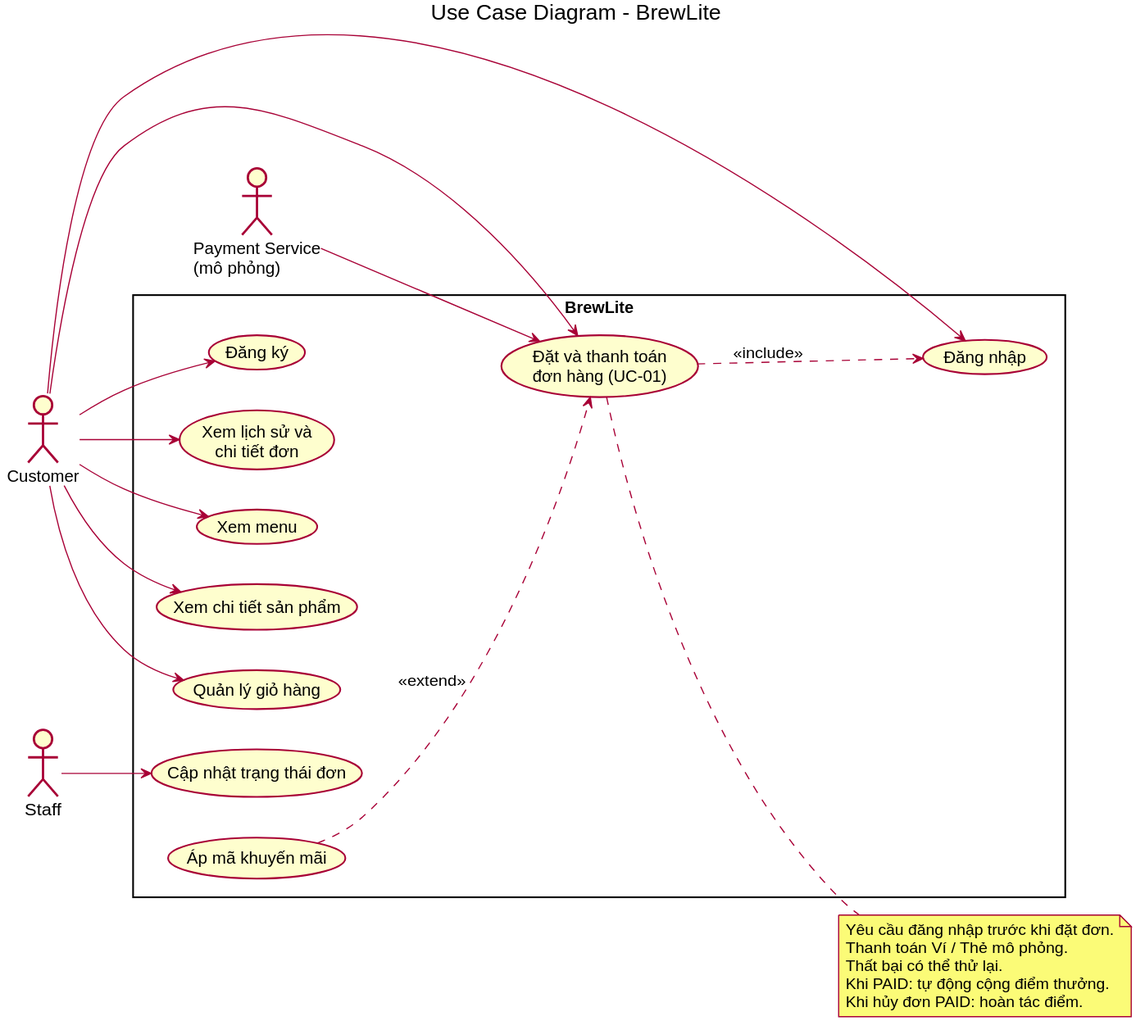
tthan-prog/BrewLite keeps this PlantUML diagram as docs/diagrams/usecase-overview.svg. Above is the earlier version.
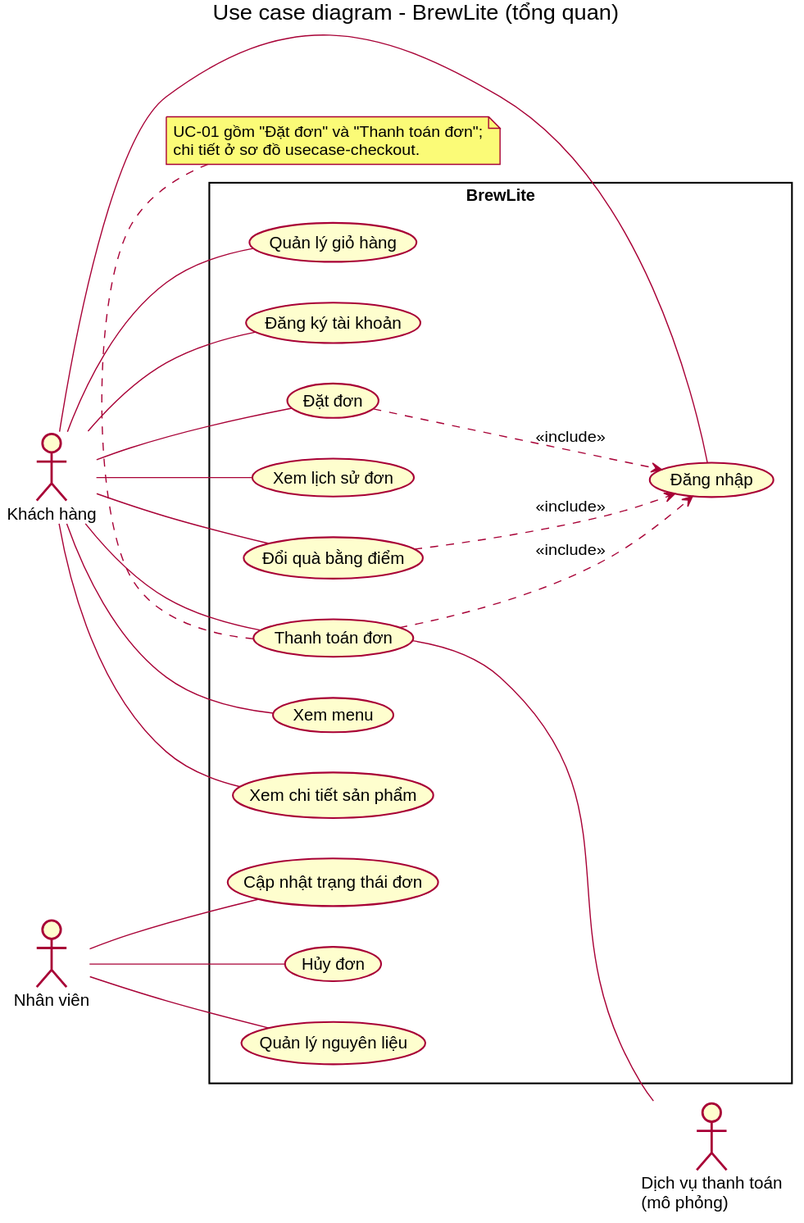
The same diagram one commit later.

Change to the diagram source:
```diff
@@ -1,44 +1,50 @@
 @startuml usecase-overview
-title Use Case Diagram - BrewLite
+title Use case diagram - BrewLite (tổng quan)
 left to right direction
 skinparam shadowing false
+skinparam packageStyle rectangle
 
-actor Customer
-actor Staff
-actor "Payment Service\n(mô phỏng)" as PAY
+actor "Khách hàng" as Customer
+actor "Nhân viên" as Staff
+actor "Dịch vụ thanh toán\n(mô phỏng)" as PAY
 
-rectangle BrewLite {
+rectangle "BrewLite" {
   usecase "Xem menu" as UC_Menu
   usecase "Xem chi tiết sản phẩm" as UC_Detail
   usecase "Quản lý giỏ hàng" as UC_Cart
-  usecase "Đăng ký" as UC_Register
+  usecase "Đăng ký tài khoản" as UC_Register
   usecase "Đăng nhập" as UC_Login
-  usecase "Đặt và thanh toán\nđơn hàng (UC-01)" as UC_Checkout
-  usecase "Xem lịch sử và\nchi tiết đơn" as UC_History
+  usecase "Đặt đơn" as UC_Order
+  usecase "Thanh toán đơn" as UC_Pay
+  usecase "Xem lịch sử đơn" as UC_History
+  usecase "Đổi quà bằng điểm" as UC_Redeem
   usecase "Cập nhật trạng thái đơn" as UC_Status
-  usecase "Áp mã khuyến mãi" as UC_Promo
+  usecase "Hủy đơn" as UC_Cancel
+  usecase "Quản lý nguyên liệu" as UC_Stock
 }
 
-Customer --> UC_Menu
-Customer --> UC_Detail
-Customer --> UC_Cart
-Customer --> UC_Register
-Customer --> UC_Login
-Customer --> UC_Checkout
-Customer --> UC_History
+Customer -- UC_Menu
+Customer -- UC_Detail
+Customer -- UC_Cart
+Customer -- UC_Register
+Customer -- UC_Login
+Customer -- UC_Order
+Customer -- UC_Pay
+Customer -- UC_History
+Customer -- UC_Redeem
 
-Staff --> UC_Status
-PAY --> UC_Checkout
+Staff -- UC_Status
+Staff -- UC_Cancel
+Staff -- UC_Stock
 
-UC_Checkout ..> UC_Login : <<include>>
-UC_Promo ..> UC_Checkout : <<extend>>
+UC_Pay -- PAY
 
-note right of UC_Checkout
-  Yêu cầu đăng nhập trước khi đặt đơn.
-  Thanh toán Ví / Thẻ mô phỏng.
-  Thất bại có thể thử lại.
-  Khi PAID: tự động cộng điểm thưởng.
-  Khi hủy đơn PAID: hoàn tác điểm.
+UC_Order ..> UC_Login : <<include>>
+UC_Pay ..> UC_Login : <<include>>
+UC_Redeem ..> UC_Login : <<include>>
+
+note bottom of UC_Pay
+  UC-01 gồm "Đặt đơn" và "Thanh toán đơn";
+  chi tiết ở sơ đồ usecase-checkout.
 end note
-
 @enduml
```
